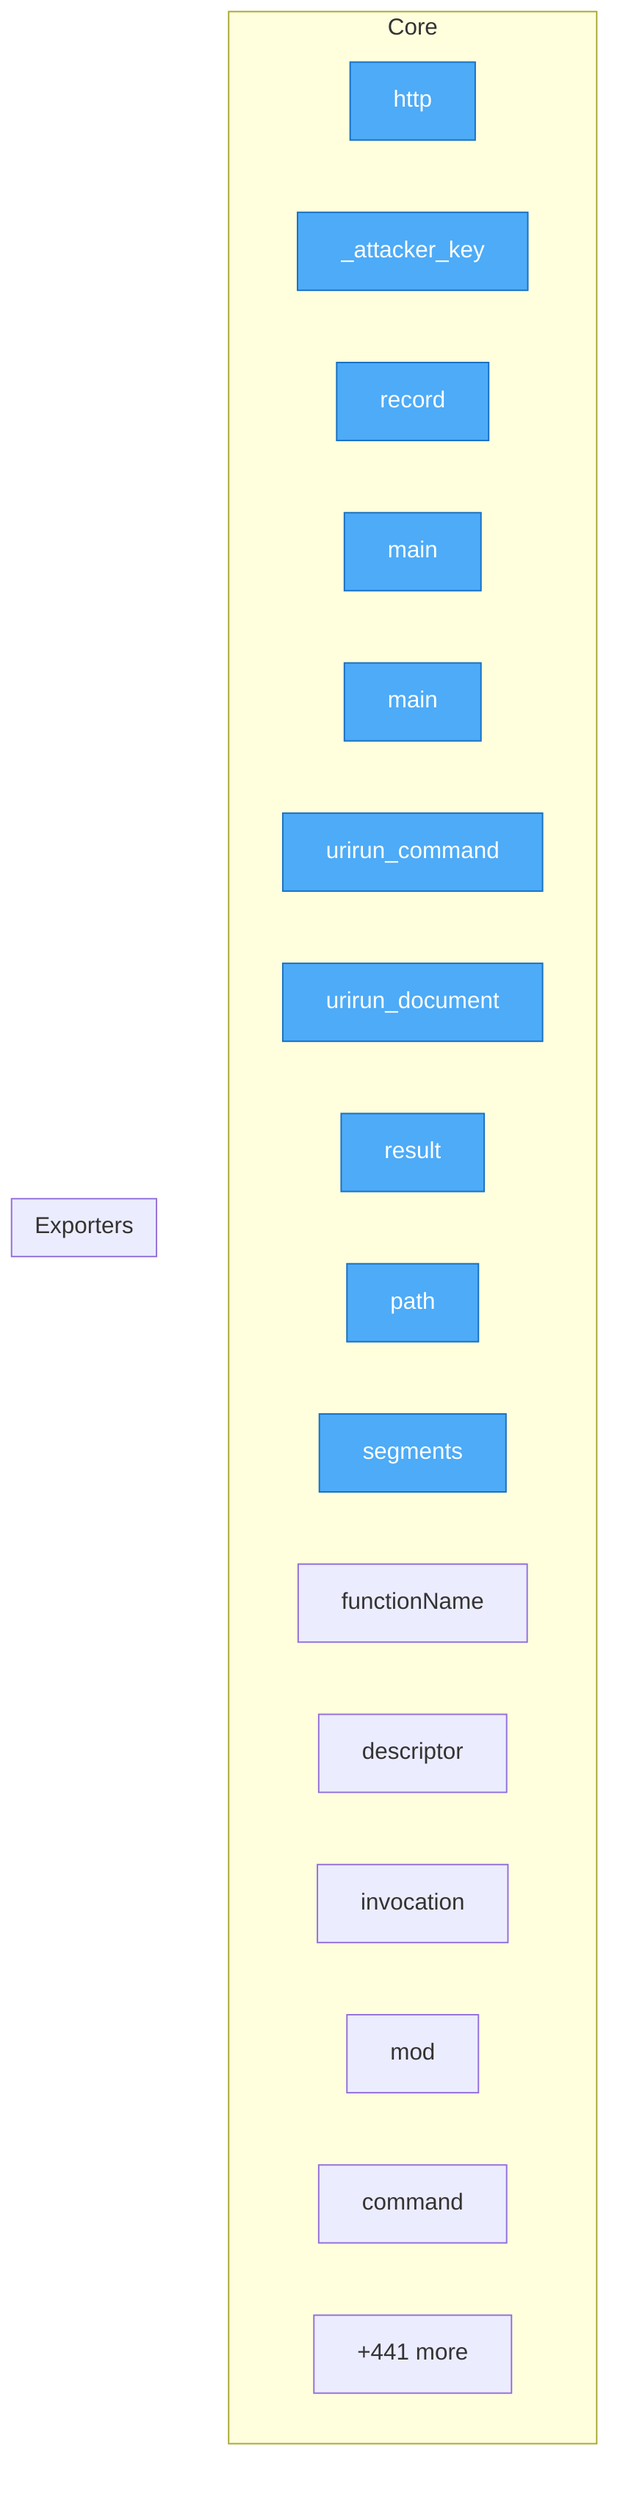
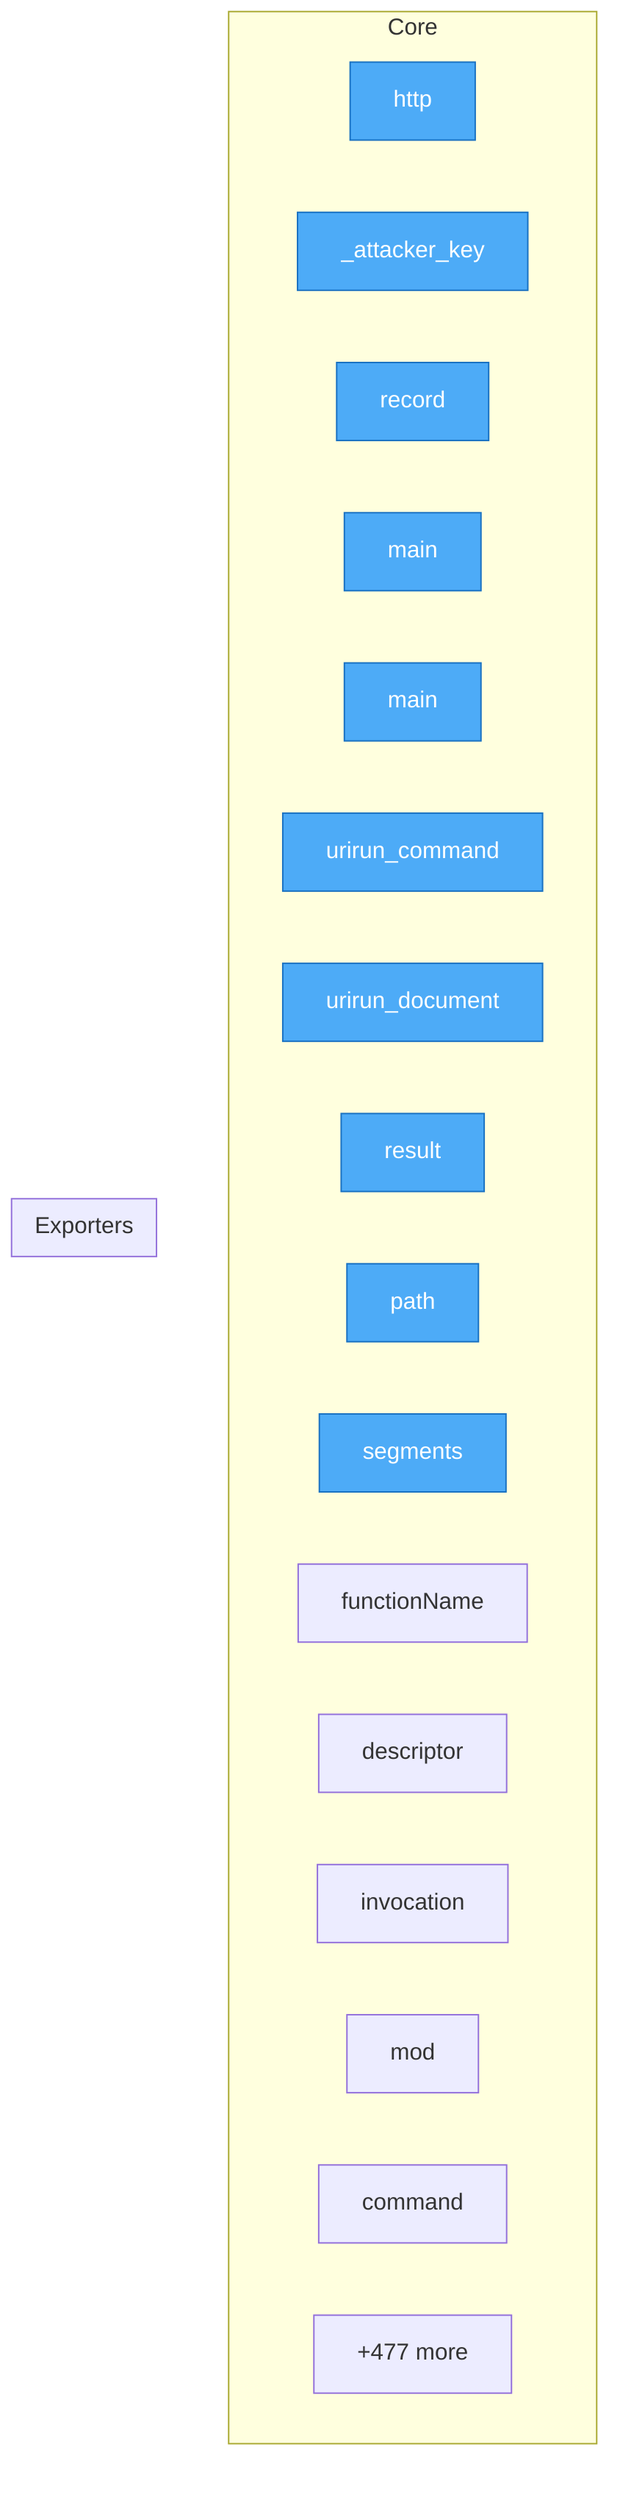
flowchart TD
- %% generated in 0.03s
+ %% generated in 0.04s

    %% Entry points (blue)
    classDef entry fill:#4dabf7,stroke:#1971c2,color:#fff

    subgraph Core
        security__mesh_probe__probe__http["http"]
        security__mesh_probe__probe___attacker_key["_attacker_key"]
        security__mesh_probe__probe__record["record"]
        adapters__conformance__main["main"]
        adapters__new_connector__main["main"]
        adapters__bash__urirun__urirun_command["urirun_command"]
        adapters__bash__urirun__urirun_document["urirun_document"]
        adapters__js__index__test__result["result"]
        adapters__js__path["path"]
        adapters__js__segments["segments"]
        adapters__js__functionName["functionName"]
        adapters__js__descriptor["descriptor"]
        adapters__js__invocation["invocation"]
        adapters__js__mod["mod"]
        adapters__java__Urirun__Urirun__command["command"]
-         ...["+441 more"]
+         ...["+477 more"]
    end

    subgraph Exporters
    end

    class security__mesh_probe__probe__http,security__mesh_probe__probe___attacker_key,security__mesh_probe__probe__record,adapters__conformance__main,adapters__new_connector__main,adapters__bash__urirun__urirun_command,adapters__bash__urirun__urirun_document,adapters__js__index__test__result,adapters__js__path,adapters__js__segments entry
